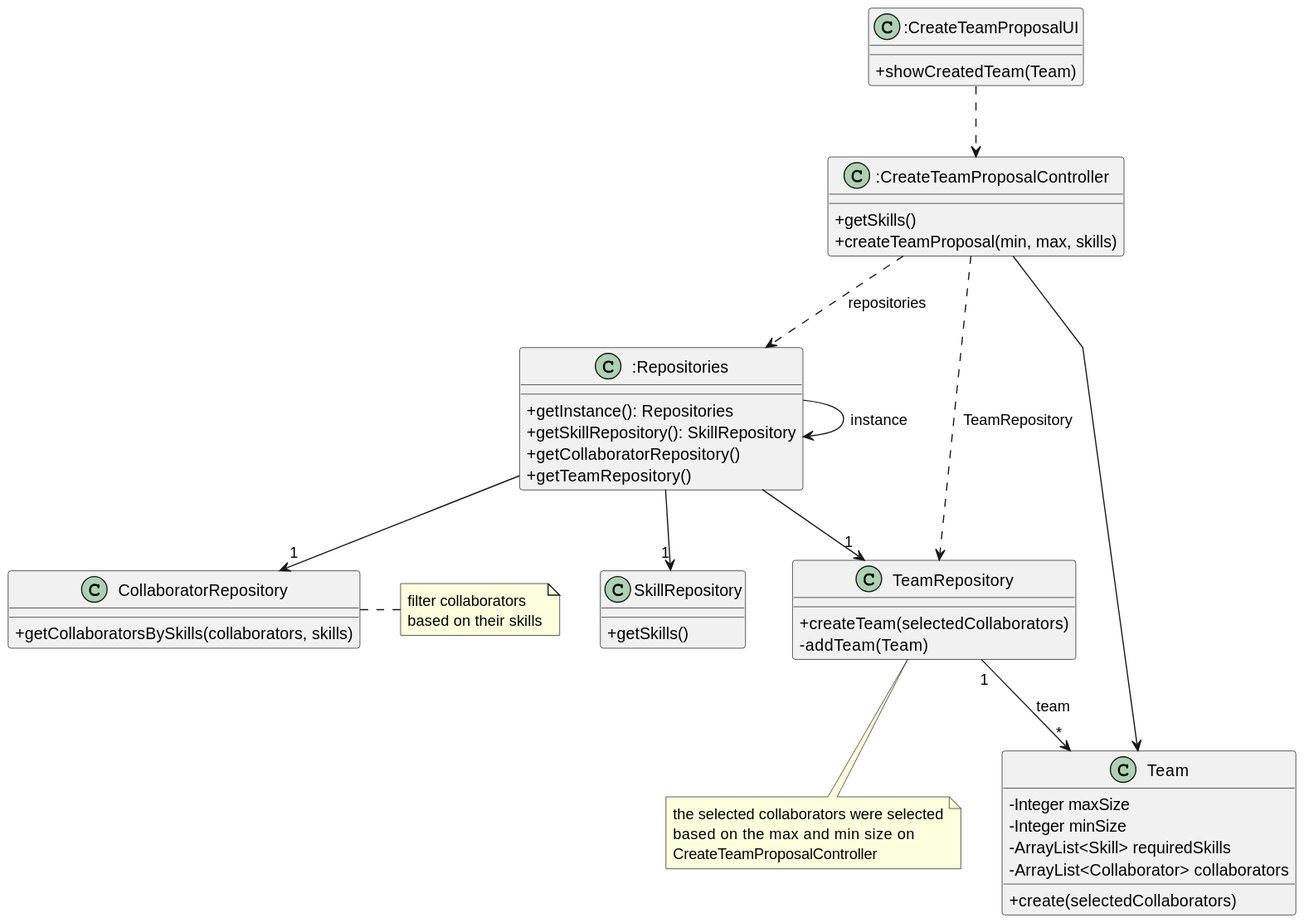
This is docs/sprintB/us005/03.design/svg/us005-class-diagram.svg from Departamento-de-Engenharia-Informatica/lei-24-s2-1do-g164, a PlantUML export, as it was before one commit. The source it was exported from:
```plantuml
@startuml
skinparam packageStyle rectangle
skinparam shadowing false
skinparam linetype polyline

skinparam classAttributeIconSize 0



class ":CreateTeamProposalUI" as CreateTeamProposalUI {

    +showCreatedTeam(Team)
}


class ":CreateTeamProposalController" as CreateTeamProposalController {
+getSkills()
    +createTeamProposal(min, max, skills)

}



class ":Repositories" as Repositories {
    +getInstance(): Repositories
    +getSkillRepository(): SkillRepository
    +getCollaboratorRepository()
    +getTeamRepository()
}

class "SkillRepository" as SkillRepository {
    +getSkills()

}


class "CollaboratorRepository" as CollaboratorRepository {
    +getCollaboratorsBySkills(collaborators, skills)
}

class "TeamRepository" as TeamRepository {
    +createTeam(selectedCollaborators)
    -addTeam(Team)
}
note bottom of TeamRepository: the selected collaborators were selected\nbased on the max and min size   on\nCreateTeamProposalController

class "Team" as Team {
    -Integer maxSize
    -Integer minSize
    -ArrayList<Skill> requiredSkills
    -ArrayList<Collaborator> collaborators

    +create(selectedCollaborators)

}

 note right of "CollaboratorRepository" : filter collaborators\nbased on their skills

CreateTeamProposalUI ..> CreateTeamProposalController
Repositories -> Repositories : instance
CreateTeamProposalController ..> Repositories: repositories
Repositories --> "1"SkillRepository
Repositories -->"1" CollaboratorRepository
Repositories --> "1"TeamRepository
CreateTeamProposalController ..> TeamRepository: TeamRepository
TeamRepository "1" --> "*"Team: team
CreateTeamProposalController --> Team
@enduml
```
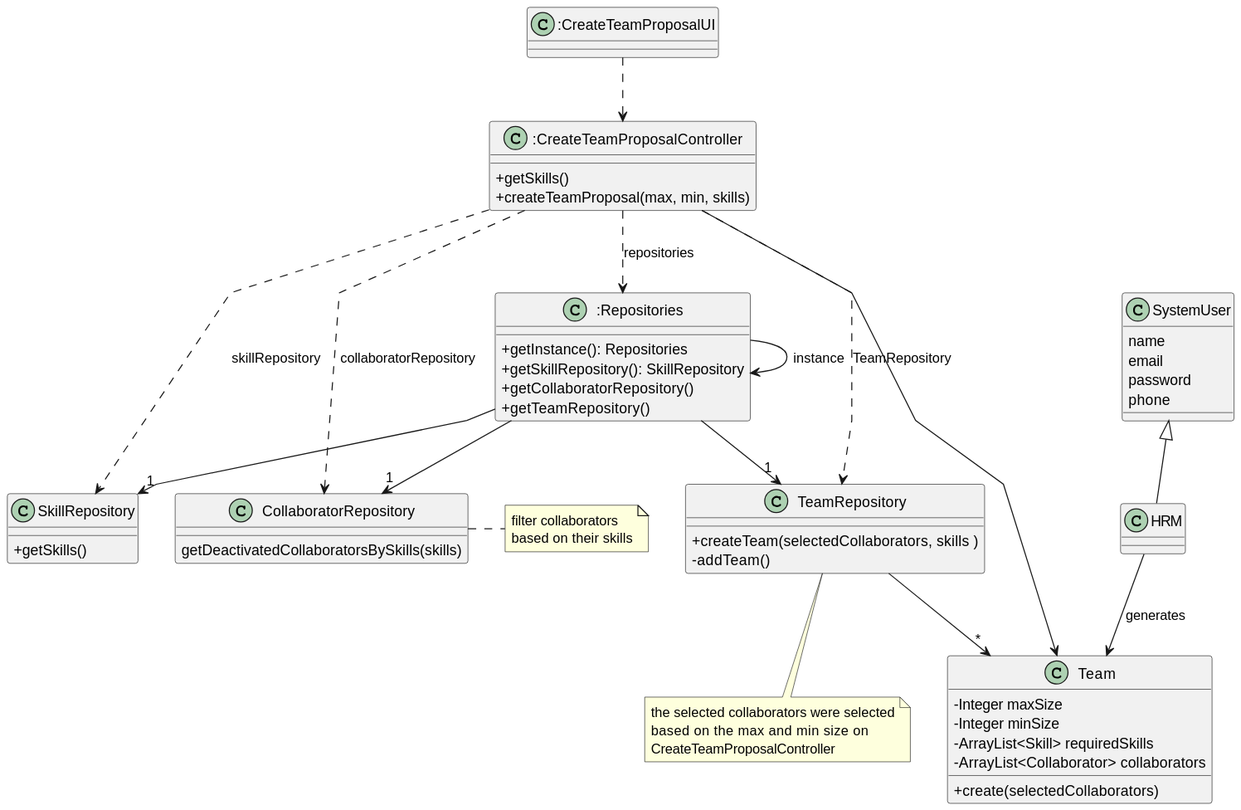
Above is the later version.

Commit message:
us005(docs): changes in class diagram

Diff of the diagram source:
```diff
@@ -9,13 +9,12 @@
 
 class ":CreateTeamProposalUI" as CreateTeamProposalUI {
 
-    +showCreatedTeam(Team)
 }
 
 
 class ":CreateTeamProposalController" as CreateTeamProposalController {
 +getSkills()
-    +createTeamProposal(min, max, skills)
+    +createTeamProposal(max, min, skills)
 
 }
 
@@ -33,14 +32,22 @@
 
 }
 
+class HRM {}
+
+class SystemUser {
+    name
+    email
+    password
+    phone
+}
 
 class "CollaboratorRepository" as CollaboratorRepository {
-    +getCollaboratorsBySkills(collaborators, skills)
+     getDeactivatedCollaboratorsBySkills(skills)
 }
 
 class "TeamRepository" as TeamRepository {
-    +createTeam(selectedCollaborators)
-    -addTeam(Team)
+    +createTeam(selectedCollaborators, skills )
+    -addTeam()
 }
 note bottom of TeamRepository: the selected collaborators were selected\nbased on the max and min size   on\nCreateTeamProposalController
 
@@ -55,7 +62,7 @@
 }
 
  note right of "CollaboratorRepository" : filter collaborators\nbased on their skills
-
+SystemUser <|-- HRM
 CreateTeamProposalUI ..> CreateTeamProposalController
 Repositories -> Repositories : instance
 CreateTeamProposalController ..> Repositories: repositories
@@ -63,6 +70,9 @@
 Repositories -->"1" CollaboratorRepository
 Repositories --> "1"TeamRepository
 CreateTeamProposalController ..> TeamRepository: TeamRepository
-TeamRepository "1" --> "*"Team: team
+TeamRepository  --> "*"Team
 CreateTeamProposalController --> Team
+CreateTeamProposalController ..> SkillRepository: skillRepository
+CreateTeamProposalController ..> CollaboratorRepository: collaboratorRepository
+HRM -->  Team: generates
 @enduml
```
